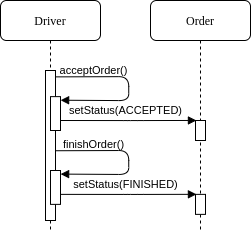
Zhuikov/taxi keeps this draw.io diagram as diagrams/seq1_3.png. Above is the earlier version. Source tidied: cells renumbered, new cells last; positions are measured from the earlier drawing's top-left corner, leaving out a move shared by most shapes. The source it was exported from:
```xml
<mxGraphModel background="#ffffff">
  <root>
    <mxCell id="0" />
    <mxCell id="1" parent="0" />
    <mxCell id="2" value="Order" style="shape=umlLifeline;perimeter=lifelinePerimeter;whiteSpace=wrap;html=1;rounded=1;shadow=0;comic=0;labelBackgroundColor=none;strokeWidth=1;fontFamily=Verdana;fontSize=12;align=center;" parent="1" vertex="1">
      <mxGeometry x="150" width="100" height="230" as="geometry" />
    </mxCell>
    <mxCell id="3" style="html=1;points=[];perimeter=orthogonalPerimeter;rounded=0;shadow=0;comic=0;labelBackgroundColor=none;strokeWidth=1;fontFamily=Verdana;fontSize=12;align=center;" parent="2" vertex="1">
      <mxGeometry x="45" y="120" width="10" height="20" as="geometry" />
    </mxCell>
    <mxCell id="4" value="Driver" style="shape=umlLifeline;perimeter=lifelinePerimeter;whiteSpace=wrap;html=1;rounded=1;shadow=0;comic=0;labelBackgroundColor=none;strokeWidth=1;fontFamily=Verdana;fontSize=12;align=center;" parent="1" vertex="1">
      <mxGeometry width="100" height="230" as="geometry" />
    </mxCell>
    <mxCell id="5" style="html=1;perimeter=orthogonalPerimeter;rounded=0;shadow=0;comic=0;labelBackgroundColor=none;strokeWidth=1;fontFamily=Verdana;fontSize=12;align=center;" parent="4" vertex="1">
      <mxGeometry x="45" y="70" width="10" height="150" as="geometry" />
    </mxCell>
    <mxCell id="6" style="html=1;points=[];perimeter=orthogonalPerimeter;rounded=0;shadow=0;comic=0;labelBackgroundColor=none;strokeWidth=1;fontFamily=Verdana;fontSize=12;align=center;" parent="1" vertex="1">
      <mxGeometry x="50" y="96.1" width="10" height="33.9" as="geometry" />
    </mxCell>
    <mxCell id="7" style="endArrow=block;html=1;exitX=1.016;exitY=0.192;exitDx=0;exitDy=0;exitPerimeter=0;entryX=1.012;entryY=0.106;entryDx=0;entryDy=0;entryPerimeter=0;endFill=1;" parent="1" edge="1" target="6">
      <mxGeometry relative="1" as="geometry">
        <mxPoint x="55.2" y="76.4" as="sourcePoint" />
        <Array as="points">
          <mxPoint x="128.2" y="76.1" />
          <mxPoint x="128.2" y="100.1" />
        </Array>
      </mxGeometry>
    </mxCell>
    <mxCell id="8" value="acceptOrder()" style="edgeLabel;html=1;align=center;verticalAlign=middle;labelBackgroundColor=none;" parent="7" vertex="1">
      <mxGeometry x="-0.73" y="1" relative="1" as="geometry">
        <mxPoint x="15.4" y="-5.3" as="offset" />
      </mxGeometry>
    </mxCell>
    <mxCell id="9" style="endArrow=block;html=1;exitX=0.993;exitY=0.391;exitDx=0;exitDy=0;exitPerimeter=0;endFill=1;entryX=0.092;entryY=-0.002;entryDx=0;entryDy=0;entryPerimeter=0;" parent="1" edge="1" target="3">
      <mxGeometry relative="1" as="geometry">
        <mxPoint x="60" y="120" as="sourcePoint" />
        <Array as="points">
          <mxPoint x="133.3" y="120.1" />
        </Array>
      </mxGeometry>
    </mxCell>
    <mxCell id="10" value="setStatus(ACCEPTED)" style="edgeLabel;html=1;align=center;verticalAlign=middle;labelBackgroundColor=none;" parent="9" vertex="1">
      <mxGeometry x="-0.73" y="1" relative="1" as="geometry">
        <mxPoint x="46" y="-9" as="offset" />
      </mxGeometry>
    </mxCell>
    <mxCell id="11" style="html=1;points=[];perimeter=orthogonalPerimeter;rounded=0;shadow=0;comic=0;labelBackgroundColor=none;strokeWidth=1;fontFamily=Verdana;fontSize=12;align=center;" parent="1" vertex="1">
      <mxGeometry x="195" y="193.9" width="10" height="20" as="geometry" />
    </mxCell>
    <mxCell id="12" style="html=1;points=[];perimeter=orthogonalPerimeter;rounded=0;shadow=0;comic=0;labelBackgroundColor=none;strokeWidth=1;fontFamily=Verdana;fontSize=12;align=center;" parent="1" vertex="1">
      <mxGeometry x="50" y="170" width="10" height="33.9" as="geometry" />
    </mxCell>
    <mxCell id="13" style="endArrow=block;html=1;exitX=1.016;exitY=0.192;exitDx=0;exitDy=0;exitPerimeter=0;entryX=1.012;entryY=0.106;entryDx=0;entryDy=0;entryPerimeter=0;endFill=1;" parent="1" edge="1" target="12">
      <mxGeometry relative="1" as="geometry">
        <mxPoint x="55.2" y="150.2" as="sourcePoint" />
        <Array as="points">
          <mxPoint x="128.2" y="150" />
          <mxPoint x="128.2" y="174" />
        </Array>
      </mxGeometry>
    </mxCell>
    <mxCell id="14" value="finishOrder()" style="edgeLabel;html=1;align=center;verticalAlign=middle;labelBackgroundColor=none;" parent="13" vertex="1">
      <mxGeometry x="-0.73" y="1" relative="1" as="geometry">
        <mxPoint x="15.4" y="-5.3" as="offset" />
      </mxGeometry>
    </mxCell>
    <mxCell id="15" style="endArrow=block;html=1;exitX=0.993;exitY=0.391;exitDx=0;exitDy=0;exitPerimeter=0;endFill=1;entryX=0.092;entryY=-0.002;entryDx=0;entryDy=0;entryPerimeter=0;" parent="1" edge="1" target="11">
      <mxGeometry relative="1" as="geometry">
        <mxPoint x="60" y="193.9" as="sourcePoint" />
        <Array as="points">
          <mxPoint x="133.3" y="193.9" />
        </Array>
      </mxGeometry>
    </mxCell>
    <mxCell id="16" value="setStatus(FINISHED)" style="edgeLabel;html=1;align=center;verticalAlign=middle;labelBackgroundColor=none;" parent="15" vertex="1">
      <mxGeometry x="-0.73" y="1" relative="1" as="geometry">
        <mxPoint x="46" y="-9" as="offset" />
      </mxGeometry>
    </mxCell>
  </root>
</mxGraphModel>
```
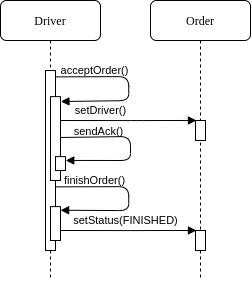
The same diagram one commit later.

What changed in the source:
```diff
@@ -3,21 +3,21 @@
     <mxCell id="0" />
     <mxCell id="1" parent="0" />
     <mxCell id="2" value="Order" style="shape=umlLifeline;perimeter=lifelinePerimeter;whiteSpace=wrap;html=1;rounded=1;shadow=0;comic=0;labelBackgroundColor=none;strokeWidth=1;fontFamily=Verdana;fontSize=12;align=center;" parent="1" vertex="1">
-      <mxGeometry x="150" width="100" height="230" as="geometry" />
+      <mxGeometry x="150" width="100" height="280" as="geometry" />
     </mxCell>
     <mxCell id="3" style="html=1;points=[];perimeter=orthogonalPerimeter;rounded=0;shadow=0;comic=0;labelBackgroundColor=none;strokeWidth=1;fontFamily=Verdana;fontSize=12;align=center;" parent="2" vertex="1">
       <mxGeometry x="45" y="120" width="10" height="20" as="geometry" />
     </mxCell>
     <mxCell id="4" value="Driver" style="shape=umlLifeline;perimeter=lifelinePerimeter;whiteSpace=wrap;html=1;rounded=1;shadow=0;comic=0;labelBackgroundColor=none;strokeWidth=1;fontFamily=Verdana;fontSize=12;align=center;" parent="1" vertex="1">
-      <mxGeometry width="100" height="230" as="geometry" />
+      <mxGeometry width="100" height="280" as="geometry" />
     </mxCell>
     <mxCell id="5" style="html=1;perimeter=orthogonalPerimeter;rounded=0;shadow=0;comic=0;labelBackgroundColor=none;strokeWidth=1;fontFamily=Verdana;fontSize=12;align=center;" parent="4" vertex="1">
-      <mxGeometry x="45" y="70" width="10" height="150" as="geometry" />
+      <mxGeometry x="45" y="70" width="10" height="180" as="geometry" />
     </mxCell>
     <mxCell id="6" style="html=1;points=[];perimeter=orthogonalPerimeter;rounded=0;shadow=0;comic=0;labelBackgroundColor=none;strokeWidth=1;fontFamily=Verdana;fontSize=12;align=center;" parent="1" vertex="1">
-      <mxGeometry x="50" y="96.1" width="10" height="33.9" as="geometry" />
+      <mxGeometry x="50" y="96.1" width="10" height="83.9" as="geometry" />
     </mxCell>
-    <mxCell id="7" style="endArrow=block;html=1;exitX=1.016;exitY=0.192;exitDx=0;exitDy=0;exitPerimeter=0;entryX=1.012;entryY=0.106;entryDx=0;entryDy=0;entryPerimeter=0;endFill=1;" parent="1" edge="1" target="6">
+    <mxCell id="7" style="endArrow=block;html=1;exitX=1.016;exitY=0.192;exitDx=0;exitDy=0;exitPerimeter=0;entryX=1.044;entryY=0.058;entryDx=0;entryDy=0;entryPerimeter=0;endFill=1;" parent="1" edge="1" target="6">
       <mxGeometry relative="1" as="geometry">
         <mxPoint x="55.2" y="76.4" as="sourcePoint" />
         <Array as="points">
@@ -39,23 +39,23 @@
         </Array>
       </mxGeometry>
     </mxCell>
-    <mxCell id="10" value="setStatus(ACCEPTED)" style="edgeLabel;html=1;align=center;verticalAlign=middle;labelBackgroundColor=none;" parent="9" vertex="1">
+    <mxCell id="10" value="setDriver()" style="edgeLabel;html=1;align=center;verticalAlign=middle;labelBackgroundColor=none;" parent="9" vertex="1">
       <mxGeometry x="-0.73" y="1" relative="1" as="geometry">
-        <mxPoint x="46" y="-9" as="offset" />
+        <mxPoint x="21.6" y="-9" as="offset" />
       </mxGeometry>
     </mxCell>
     <mxCell id="11" style="html=1;points=[];perimeter=orthogonalPerimeter;rounded=0;shadow=0;comic=0;labelBackgroundColor=none;strokeWidth=1;fontFamily=Verdana;fontSize=12;align=center;" parent="1" vertex="1">
-      <mxGeometry x="195" y="193.9" width="10" height="20" as="geometry" />
+      <mxGeometry x="195" y="230" width="10" height="20" as="geometry" />
     </mxCell>
     <mxCell id="12" style="html=1;points=[];perimeter=orthogonalPerimeter;rounded=0;shadow=0;comic=0;labelBackgroundColor=none;strokeWidth=1;fontFamily=Verdana;fontSize=12;align=center;" parent="1" vertex="1">
-      <mxGeometry x="50" y="170" width="10" height="33.9" as="geometry" />
+      <mxGeometry x="50" y="206.1" width="10" height="33.9" as="geometry" />
     </mxCell>
     <mxCell id="13" style="endArrow=block;html=1;exitX=1.016;exitY=0.192;exitDx=0;exitDy=0;exitPerimeter=0;entryX=1.012;entryY=0.106;entryDx=0;entryDy=0;entryPerimeter=0;endFill=1;" parent="1" edge="1" target="12">
       <mxGeometry relative="1" as="geometry">
-        <mxPoint x="55.2" y="150.2" as="sourcePoint" />
+        <mxPoint x="55.2" y="186.4" as="sourcePoint" />
         <Array as="points">
-          <mxPoint x="128.2" y="150" />
-          <mxPoint x="128.2" y="174" />
+          <mxPoint x="128.2" y="186.1" />
+          <mxPoint x="128.2" y="210.1" />
         </Array>
       </mxGeometry>
     </mxCell>
@@ -66,9 +66,9 @@
     </mxCell>
     <mxCell id="15" style="endArrow=block;html=1;exitX=0.993;exitY=0.391;exitDx=0;exitDy=0;exitPerimeter=0;endFill=1;entryX=0.092;entryY=-0.002;entryDx=0;entryDy=0;entryPerimeter=0;" parent="1" edge="1" target="11">
       <mxGeometry relative="1" as="geometry">
-        <mxPoint x="60" y="193.9" as="sourcePoint" />
+        <mxPoint x="60" y="230" as="sourcePoint" />
         <Array as="points">
-          <mxPoint x="133.3" y="193.9" />
+          <mxPoint x="133.3" y="230.1" />
         </Array>
       </mxGeometry>
     </mxCell>
@@ -77,5 +77,21 @@
         <mxPoint x="46" y="-9" as="offset" />
       </mxGeometry>
     </mxCell>
+    <mxCell id="17" style="endArrow=block;html=1;exitX=1.027;exitY=0.487;exitDx=0;exitDy=0;exitPerimeter=0;endFill=1;entryX=1.028;entryY=0.275;entryDx=0;entryDy=0;entryPerimeter=0;" parent="1" edge="1" source="6" target="19">
+      <mxGeometry relative="1" as="geometry">
+        <Array as="points">
+          <mxPoint x="130" y="136" />
+          <mxPoint x="130" y="160" />
+        </Array>
+      </mxGeometry>
+    </mxCell>
+    <mxCell id="18" value="sendAck()" style="edgeLabel;html=1;align=center;verticalAlign=middle;labelBackgroundColor=none;" parent="17" vertex="1">
+      <mxGeometry x="-0.73" y="1" relative="1" as="geometry">
+        <mxPoint x="15.4" y="-5.3" as="offset" />
+      </mxGeometry>
+    </mxCell>
+    <mxCell id="19" style="html=1;points=[];perimeter=orthogonalPerimeter;rounded=0;shadow=0;comic=0;labelBackgroundColor=none;strokeWidth=1;fontFamily=Verdana;fontSize=12;align=center;" parent="1" vertex="1">
+      <mxGeometry x="55" y="156.1" width="10" height="13.9" as="geometry" />
+    </mxCell>
   </root>
 </mxGraphModel>
```
